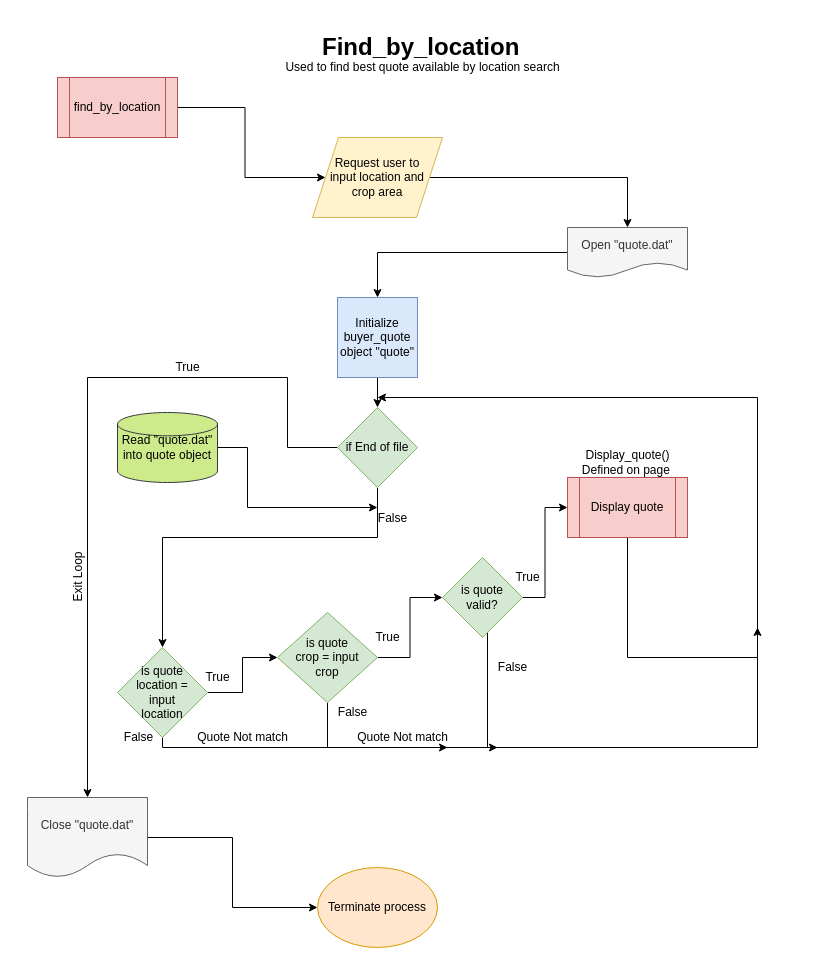
dhruvbanerjee77/FARMHOUSE-A-Marketing-Portal keeps this draw.io diagram as Flow Charts/13. find_by_location.drawio. Above is the earlier version. Source tidied: cells renumbered, new cells numbered last; positions are measured from the earlier drawing's top-left corner, leaving out a move shared by most shapes. Both pictures are drawn from the tidied source at 100%, with x=0, y=0 at pixel (27, 27).
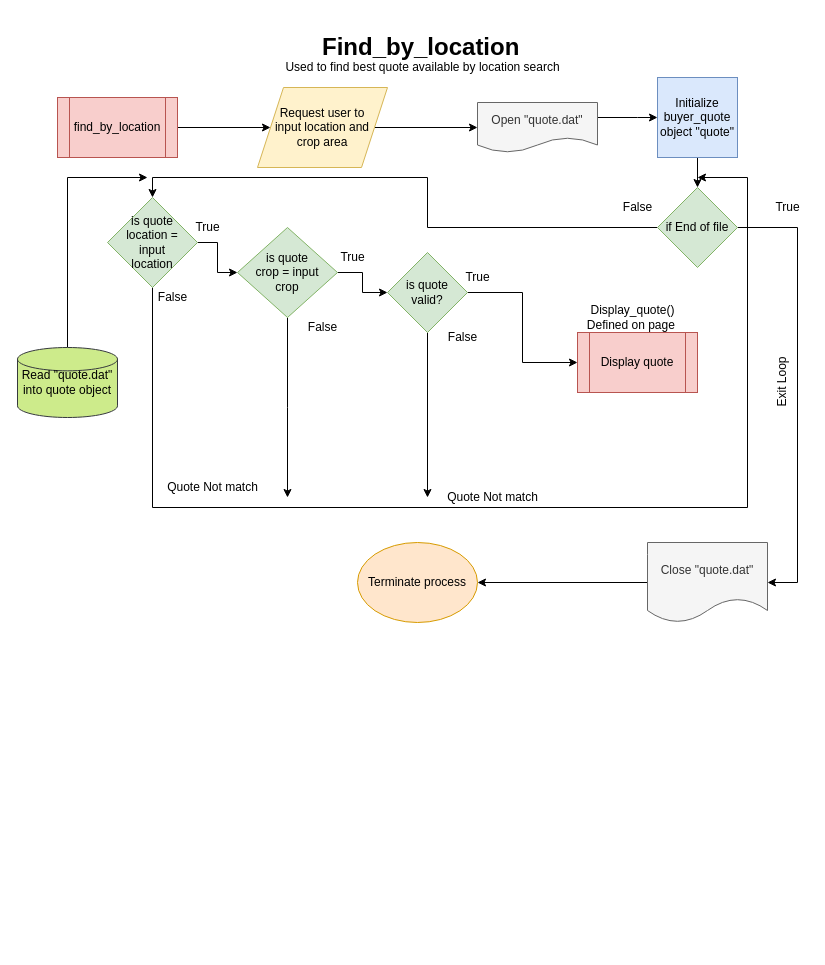
The same page after the edit.

The edit, as a diff of the source:
```diff
@@
     <mxCell id="3" value="find_by_location" style="shape=process;whiteSpace=wrap;html=1;backgroundOutline=1;fillColor=#f8cecc;strokeColor=#b85450;" parent="1" vertex="1">
-      <mxGeometry x="30" y="50" width="120" height="60" as="geometry" />
+      <mxGeometry x="30" y="70" width="120" height="60" as="geometry" />
     </mxCell>
-    <mxCell id="4" style="edgeStyle=orthogonalEdgeStyle;rounded=0;jettySize=auto;html=1;entryX=0.5;entryY=0;entryDx=0;entryDy=0;" parent="1" edge="1" source="5" target="7">
+    <mxCell id="4" style="edgeStyle=orthogonalEdgeStyle;rounded=0;jettySize=auto;html=1;entryX=0;entryY=0.5;entryDx=0;entryDy=0;" parent="1" edge="1" source="5" target="7">
       <mxGeometry relative="1" as="geometry" />
     </mxCell>
     <mxCell id="5" value="Request user to input location and crop area" style="shape=parallelogram;perimeter=parallelogramPerimeter;whiteSpace=wrap;html=1;spacingLeft=15;spacingRight=15;fillColor=#fff2cc;strokeColor=#d6b656;" parent="1" vertex="1">
-      <mxGeometry x="285" y="110" width="130" height="80" as="geometry" />
+      <mxGeometry x="230" y="60" width="130" height="80" as="geometry" />
     </mxCell>
-    <mxCell id="6" style="edgeStyle=orthogonalEdgeStyle;rounded=0;jettySize=auto;html=1;entryX=0.5;entryY=0;entryDx=0;entryDy=0;" parent="1" edge="1" source="7" target="9">
-      <mxGeometry relative="1" as="geometry" />
+    <mxCell id="6" style="edgeStyle=orthogonalEdgeStyle;rounded=0;jettySize=auto;html=1;entryX=0;entryY=0.5;entryDx=0;entryDy=0;" parent="1" edge="1" source="7" target="9">
+      <mxGeometry relative="1" as="geometry">
+        <Array as="points">
+          <mxPoint x="510" y="90" />
+          <mxPoint x="610" y="90" />
+          <mxPoint x="610" y="110" />
+        </Array>
+      </mxGeometry>
     </mxCell>
     <mxCell id="7" value="Open &quot;quote.dat&quot;" style="shape=document;whiteSpace=wrap;html=1;boundedLbl=1;fillColor=#f5f5f5;strokeColor=#666666;fontColor=#333333;" parent="1" vertex="1">
-      <mxGeometry x="540" y="200" width="120" height="50" as="geometry" />
+      <mxGeometry x="450" y="75" width="120" height="50" as="geometry" />
     </mxCell>
@@
     <mxCell id="9" value="Initialize buyer_quote object &quot;quote&quot;" style="whiteSpace=wrap;html=1;fillColor=#dae8fc;strokeColor=#6c8ebf;" parent="1" vertex="1">
-      <mxGeometry x="310" y="270" width="80" height="80" as="geometry" />
+      <mxGeometry x="630" y="50" width="80" height="80" as="geometry" />
     </mxCell>
     <mxCell id="10" style="edgeStyle=orthogonalEdgeStyle;rounded=0;jettySize=auto;html=1;entryX=0.5;entryY=0;entryDx=0;entryDy=0;" parent="1" edge="1" source="12" target="15">
-      <mxGeometry relative="1" as="geometry">
-        <Array as="points">
-          <mxPoint x="350" y="510" />
-          <mxPoint x="135" y="510" />
-        </Array>
-      </mxGeometry>
+      <mxGeometry relative="1" as="geometry" />
     </mxCell>
-    <mxCell id="11" style="edgeStyle=orthogonalEdgeStyle;rounded=0;jettySize=auto;html=1;exitX=0;exitY=0.5;exitDx=0;exitDy=0;" parent="1" edge="1" source="12" target="27">
+    <mxCell id="11" style="edgeStyle=orthogonalEdgeStyle;rounded=0;jettySize=auto;html=1;entryX=1;entryY=0.5;entryDx=0;entryDy=0;" parent="1" edge="1" source="12" target="27">
       <mxGeometry relative="1" as="geometry">
         <Array as="points">
-          <mxPoint x="260" y="420" />
-          <mxPoint x="260" y="350" />
-          <mxPoint x="60" y="350" />
+          <mxPoint x="770" y="200" />
+          <mxPoint x="770" y="555" />
         </Array>
       </mxGeometry>
     </mxCell>
     <mxCell id="12" value="if End of file" style="rhombus;whiteSpace=wrap;html=1;fillColor=#d5e8d4;strokeColor=#82b366;" parent="1" vertex="1">
-      <mxGeometry x="310" y="380" width="80" height="80" as="geometry" />
+      <mxGeometry x="630" y="160" width="80" height="80" as="geometry" />
     </mxCell>
@@
-    <mxCell id="14" style="edgeStyle=orthogonalEdgeStyle;rounded=0;jettySize=auto;html=1;" parent="1" edge="1" source="15">
-      <mxGeometry relative="1" as="geometry">
-        <mxPoint x="420" y="720" as="targetPoint" />
-        <Array as="points">
-          <mxPoint x="135" y="720" />
-        </Array>
-      </mxGeometry>
-    </mxCell>
+    <mxCell id="43" style="edgeStyle=orthogonalEdgeStyle;rounded=0;jettySize=auto;html=1;" parent="1" edge="1" source="15">
+      <mxGeometry relative="1" as="geometry">
+        <mxPoint x="670" y="150" as="targetPoint" />
+        <Array as="points">
+          <mxPoint x="125" y="480" />
+          <mxPoint x="720" y="480" />
+          <mxPoint x="720" y="150" />
+        </Array>
+      </mxGeometry>
+    </mxCell>
     <mxCell id="15" value="is quote location = input location" style="rhombus;whiteSpace=wrap;html=1;spacingLeft=15;spacingRight=15;fillColor=#d5e8d4;strokeColor=#82b366;" parent="1" vertex="1">
-      <mxGeometry x="90" y="620" width="90" height="90" as="geometry" />
+      <mxGeometry x="80" y="170" width="90" height="90" as="geometry" />
     </mxCell>
-    <mxCell id="16" style="edgeStyle=orthogonalEdgeStyle;rounded=0;jettySize=auto;html=1;" parent="1" edge="1" source="17">
-      <mxGeometry relative="1" as="geometry">
-        <mxPoint x="350" y="480" as="targetPoint" />
-        <Array as="points">
-          <mxPoint x="220" y="480" />
-        </Array>
-      </mxGeometry>
-    </mxCell>
+    <mxCell id="44" style="edgeStyle=orthogonalEdgeStyle;rounded=0;jettySize=auto;html=1;" parent="1" edge="1" source="17">
+      <mxGeometry relative="1" as="geometry">
+        <mxPoint x="120" y="150" as="targetPoint" />
+        <Array as="points">
+          <mxPoint x="40" y="150" />
+        </Array>
+      </mxGeometry>
+    </mxCell>
     <mxCell id="17" value="Read &quot;quote.dat&quot; into quote object" style="strokeWidth=1;html=1;shape=mxgraph.flowchart.database;whiteSpace=wrap;spacing=2;fillColor=#cdeb8b;strokeColor=#36393d;" parent="1" vertex="1">
-      <mxGeometry x="90" y="385" width="100" height="70" as="geometry" />
+      <mxGeometry x="-10" y="320" width="100" height="70" as="geometry" />
     </mxCell>
@@
-    <mxCell id="19" style="edgeStyle=orthogonalEdgeStyle;rounded=0;jettySize=auto;html=1;" parent="1" edge="1" source="20">
-      <mxGeometry relative="1" as="geometry">
-        <mxPoint x="470" y="720" as="targetPoint" />
-        <Array as="points">
-          <mxPoint x="300" y="720" />
-        </Array>
-      </mxGeometry>
-    </mxCell>
+    <mxCell id="45" style="edgeStyle=orthogonalEdgeStyle;rounded=0;jettySize=auto;html=1;" parent="1" edge="1" source="20">
+      <mxGeometry relative="1" as="geometry">
+        <mxPoint x="260" y="470" as="targetPoint" />
+      </mxGeometry>
+    </mxCell>
     <mxCell id="20" value="is quote crop = input crop" style="rhombus;whiteSpace=wrap;html=1;strokeWidth=1;spacingLeft=15;spacingRight=15;fillColor=#d5e8d4;strokeColor=#82b366;" parent="1" vertex="1">
-      <mxGeometry x="250" y="585" width="100" height="90" as="geometry" />
+      <mxGeometry x="210" y="200" width="100" height="90" as="geometry" />
     </mxCell>
@@
-    <mxCell id="22" style="edgeStyle=orthogonalEdgeStyle;rounded=0;jettySize=auto;html=1;" parent="1" edge="1" source="23">
-      <mxGeometry relative="1" as="geometry">
-        <mxPoint x="730" y="600" as="targetPoint" />
-        <Array as="points">
-          <mxPoint x="460" y="720" />
-          <mxPoint x="730" y="720" />
-          <mxPoint x="730" y="630" />
-        </Array>
-      </mxGeometry>
-    </mxCell>
+    <mxCell id="46" style="edgeStyle=orthogonalEdgeStyle;rounded=0;jettySize=auto;html=1;" parent="1" edge="1" source="23">
+      <mxGeometry relative="1" as="geometry">
+        <mxPoint x="400" y="470" as="targetPoint" />
+      </mxGeometry>
+    </mxCell>
     <mxCell id="23" value="is quote valid?" style="rhombus;whiteSpace=wrap;html=1;strokeWidth=1;spacingLeft=15;spacingRight=15;fillColor=#d5e8d4;strokeColor=#82b366;" parent="1" vertex="1">
-      <mxGeometry x="415" y="530" width="80" height="80" as="geometry" />
+      <mxGeometry x="360" y="225" width="80" height="80" as="geometry" />
     </mxCell>
-    <mxCell id="24" style="edgeStyle=orthogonalEdgeStyle;rounded=0;jettySize=auto;html=1;" parent="1" edge="1" source="25">
-      <mxGeometry relative="1" as="geometry">
-        <mxPoint x="350" y="370" as="targetPoint" />
-        <Array as="points">
-          <mxPoint x="730" y="630" />
-          <mxPoint x="730" y="370" />
-        </Array>
-      </mxGeometry>
-    </mxCell>
     <mxCell id="25" value="Display quote" style="shape=process;whiteSpace=wrap;html=1;backgroundOutline=1;strokeWidth=1;fillColor=#f8cecc;strokeColor=#b85450;" parent="1" vertex="1">
-      <mxGeometry x="540" y="450" width="120" height="60" as="geometry" />
+      <mxGeometry x="550" y="305" width="120" height="60" as="geometry" />
     </mxCell>
-    <mxCell id="26" style="edgeStyle=orthogonalEdgeStyle;rounded=0;jettySize=auto;html=1;entryX=0;entryY=0.5;entryDx=0;entryDy=0;" parent="1" edge="1" source="27" target="28">
+    <mxCell id="26" style="edgeStyle=orthogonalEdgeStyle;rounded=0;jettySize=auto;html=1;" parent="1" edge="1" source="27" target="28">
       <mxGeometry relative="1" as="geometry" />
     </mxCell>
     <mxCell id="27" value="Close &quot;quote.dat&quot;" style="shape=document;whiteSpace=wrap;html=1;boundedLbl=1;strokeWidth=1;fillColor=#f5f5f5;strokeColor=#666666;fontColor=#333333;" parent="1" vertex="1">
-      <mxGeometry y="770" width="120" height="80" as="geometry" />
+      <mxGeometry x="620" y="515" width="120" height="80" as="geometry" />
     </mxCell>
     <mxCell id="28" value="Terminate process" style="ellipse;whiteSpace=wrap;html=1;strokeWidth=1;fillColor=#ffe6cc;strokeColor=#d79b00;" parent="1" vertex="1">
-      <mxGeometry x="290" y="840" width="120" height="80" as="geometry" />
+      <mxGeometry x="330" y="515" width="120" height="80" as="geometry" />
     </mxCell>
@@
     <mxCell id="31" value="True" style="text;html=1;align=center;verticalAlign=middle;" parent="1" vertex="1">
-      <mxGeometry x="140" y="330" width="40" height="20" as="geometry" />
+      <mxGeometry x="160" y="190" width="40" height="20" as="geometry" />
     </mxCell>
     <mxCell id="32" value="Exit Loop" style="text;html=1;align=center;verticalAlign=middle;rotation=270;" parent="1" vertex="1">
-      <mxGeometry x="16" y="540" width="70" height="20" as="geometry" />
+      <mxGeometry x="720" y="345" width="70" height="20" as="geometry" />
     </mxCell>
     <mxCell id="33" value="False" style="text;html=1;align=center;verticalAlign=middle;" parent="1" vertex="1">
-      <mxGeometry x="340" y="481" width="50" height="20" as="geometry" />
+      <mxGeometry x="120" y="260" width="50" height="20" as="geometry" />
     </mxCell>
     <mxCell id="34" value="Quote Not match" style="text;html=1;align=center;verticalAlign=middle;" parent="1" vertex="1">
-      <mxGeometry x="160" y="700" width="110" height="20" as="geometry" />
+      <mxGeometry x="410" y="460" width="110" height="20" as="geometry" />
     </mxCell>
     <mxCell id="35" value="Quote Not match" style="text;html=1;align=center;verticalAlign=middle;" parent="1" vertex="1">
-      <mxGeometry x="320" y="700" width="110" height="20" as="geometry" />
+      <mxGeometry x="130" y="450" width="110" height="20" as="geometry" />
     </mxCell>
     <mxCell id="36" value="True" style="text;html=1;align=center;verticalAlign=middle;" parent="1" vertex="1">
-      <mxGeometry x="170" y="640" width="40" height="20" as="geometry" />
+      <mxGeometry x="305" y="220" width="40" height="20" as="geometry" />
     </mxCell>
     <mxCell id="37" value="True" style="text;html=1;align=center;verticalAlign=middle;" parent="1" vertex="1">
-      <mxGeometry x="340" y="600" width="40" height="20" as="geometry" />
+      <mxGeometry x="430" y="240" width="40" height="20" as="geometry" />
     </mxCell>
     <mxCell id="38" value="True" style="text;html=1;align=center;verticalAlign=middle;" parent="1" vertex="1">
-      <mxGeometry x="480" y="540" width="40" height="20" as="geometry" />
+      <mxGeometry x="740" y="170" width="40" height="20" as="geometry" />
     </mxCell>
     <mxCell id="39" value="Display_quote()&lt;br&gt;Defined on page&amp;nbsp;" style="text;html=1;align=center;verticalAlign=middle;" parent="1" vertex="1">
-      <mxGeometry x="545" y="420" width="110" height="30" as="geometry" />
+      <mxGeometry x="550" y="275" width="110" height="30" as="geometry" />
     </mxCell>
     <mxCell id="40" value="False" style="text;html=1;align=center;verticalAlign=middle;" parent="1" vertex="1">
-      <mxGeometry x="300" y="675" width="50" height="20" as="geometry" />
+      <mxGeometry x="270" y="290" width="50" height="20" as="geometry" />
     </mxCell>
     <mxCell id="41" value="False" style="text;html=1;align=center;verticalAlign=middle;" parent="1" vertex="1">
-      <mxGeometry x="460" y="630" width="50" height="20" as="geometry" />
+      <mxGeometry x="410" y="300" width="50" height="20" as="geometry" />
     </mxCell>
     <mxCell id="42" value="False" style="text;html=1;align=center;verticalAlign=middle;" parent="1" vertex="1">
-      <mxGeometry x="86" y="700" width="50" height="20" as="geometry" />
+      <mxGeometry x="585" y="170" width="50" height="20" as="geometry" />
     </mxCell>
```
